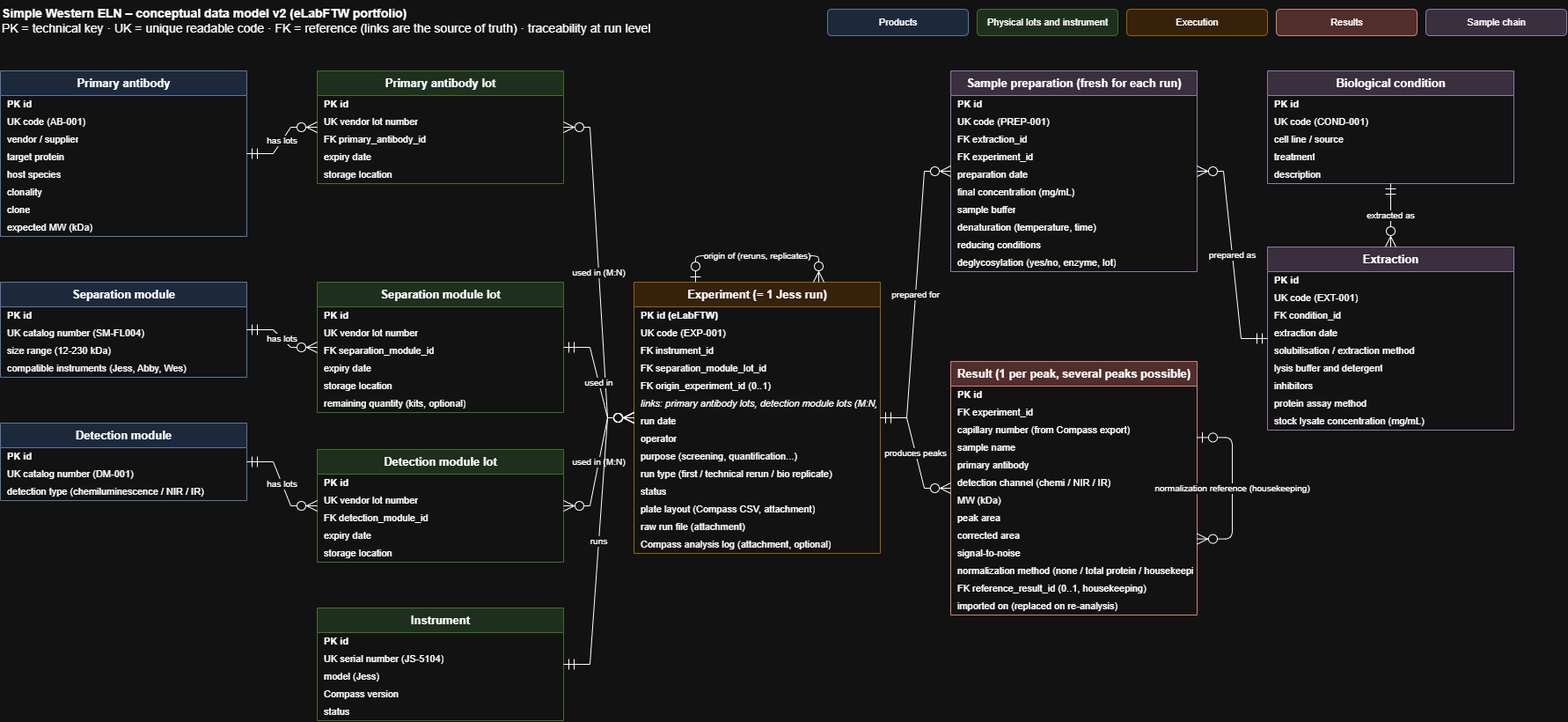
This is 02-data-model/eln-simple-western-data-model_V2.drawio.png from hpkonan/ELN-Implementation-Portfolio, a draw.io export, as it was before one commit. Source tidied: cells renumbered, new cells last; positions are measured from the earlier drawing's top-left corner, leaving out a move shared by most shapes.
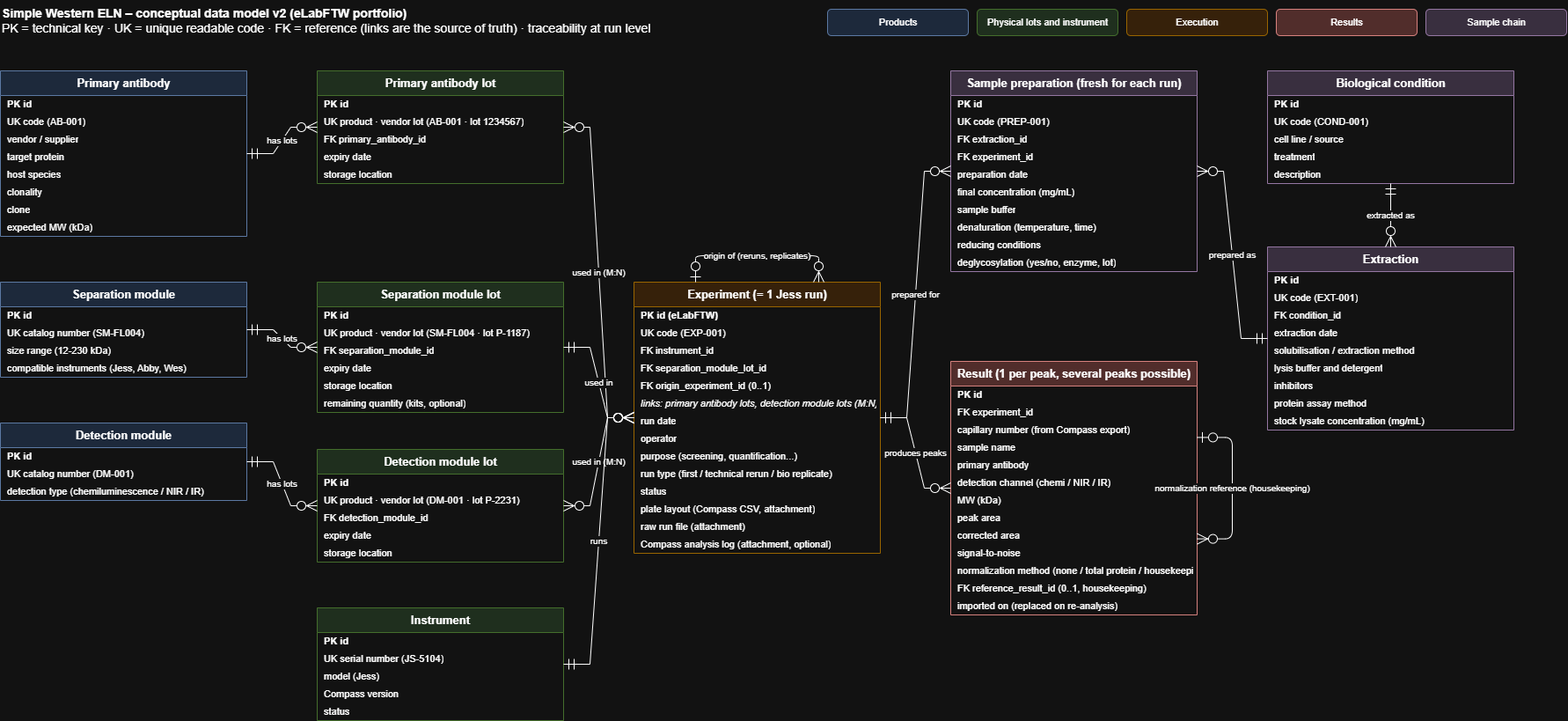
After the change.

The edit, as a diff of the source:
```diff
@@ -62,7 +62,7 @@
     <mxCell id="21" value="PK  id" style="text;strokeColor=none;fillColor=none;align=left;verticalAlign=middle;spacingLeft=6;spacingRight=4;overflow=hidden;html=1;fontSize=11;fontStyle=1;" parent="20" vertex="1">
       <mxGeometry y="28" width="280" height="20" as="geometry" />
     </mxCell>
-    <mxCell id="22" value="UK  vendor lot number" style="text;strokeColor=none;fillColor=none;align=left;verticalAlign=middle;spacingLeft=6;spacingRight=4;overflow=hidden;html=1;fontSize=11;" parent="20" vertex="1">
+    <mxCell id="22" value="UK  product · vendor lot (AB-001 · lot 1234567)" style="text;strokeColor=none;fillColor=none;align=left;verticalAlign=middle;spacingLeft=6;spacingRight=4;overflow=hidden;html=1;fontSize=11;" parent="20" vertex="1">
       <mxGeometry y="48" width="280" height="20" as="geometry" />
     </mxCell>
     <mxCell id="23" value="FK  primary_antibody_id" style="text;strokeColor=none;fillColor=none;align=left;verticalAlign=middle;spacingLeft=6;spacingRight=4;overflow=hidden;html=1;fontSize=11;" parent="20" vertex="1">
@@ -80,7 +80,7 @@
     <mxCell id="27" value="PK  id" style="text;strokeColor=none;fillColor=none;align=left;verticalAlign=middle;spacingLeft=6;spacingRight=4;overflow=hidden;html=1;fontSize=11;fontStyle=1;" parent="26" vertex="1">
       <mxGeometry y="28" width="280" height="20" as="geometry" />
     </mxCell>
-    <mxCell id="28" value="UK  vendor lot number" style="text;strokeColor=none;fillColor=none;align=left;verticalAlign=middle;spacingLeft=6;spacingRight=4;overflow=hidden;html=1;fontSize=11;" parent="26" vertex="1">
+    <mxCell id="28" value="UK  product · vendor lot (SM-FL004 · lot P-1187)" style="text;strokeColor=none;fillColor=none;align=left;verticalAlign=middle;spacingLeft=6;spacingRight=4;overflow=hidden;html=1;fontSize=11;" parent="26" vertex="1">
       <mxGeometry y="48" width="280" height="20" as="geometry" />
     </mxCell>
     <mxCell id="29" value="FK  separation_module_id" style="text;strokeColor=none;fillColor=none;align=left;verticalAlign=middle;spacingLeft=6;spacingRight=4;overflow=hidden;html=1;fontSize=11;" parent="26" vertex="1">
@@ -101,7 +101,7 @@
     <mxCell id="34" value="PK  id" style="text;strokeColor=none;fillColor=none;align=left;verticalAlign=middle;spacingLeft=6;spacingRight=4;overflow=hidden;html=1;fontSize=11;fontStyle=1;" parent="33" vertex="1">
       <mxGeometry y="28" width="280" height="20" as="geometry" />
     </mxCell>
-    <mxCell id="35" value="UK  vendor lot number" style="text;strokeColor=none;fillColor=none;align=left;verticalAlign=middle;spacingLeft=6;spacingRight=4;overflow=hidden;html=1;fontSize=11;" parent="33" vertex="1">
+    <mxCell id="35" value="UK  product · vendor lot (DM-001 · lot P-2231)" style="text;strokeColor=none;fillColor=none;align=left;verticalAlign=middle;spacingLeft=6;spacingRight=4;overflow=hidden;html=1;fontSize=11;" parent="33" vertex="1">
       <mxGeometry y="48" width="280" height="20" as="geometry" />
     </mxCell>
     <mxCell id="36" value="FK  detection_module_id" style="text;strokeColor=none;fillColor=none;align=left;verticalAlign=middle;spacingLeft=6;spacingRight=4;overflow=hidden;html=1;fontSize=11;" parent="33" vertex="1">
```
